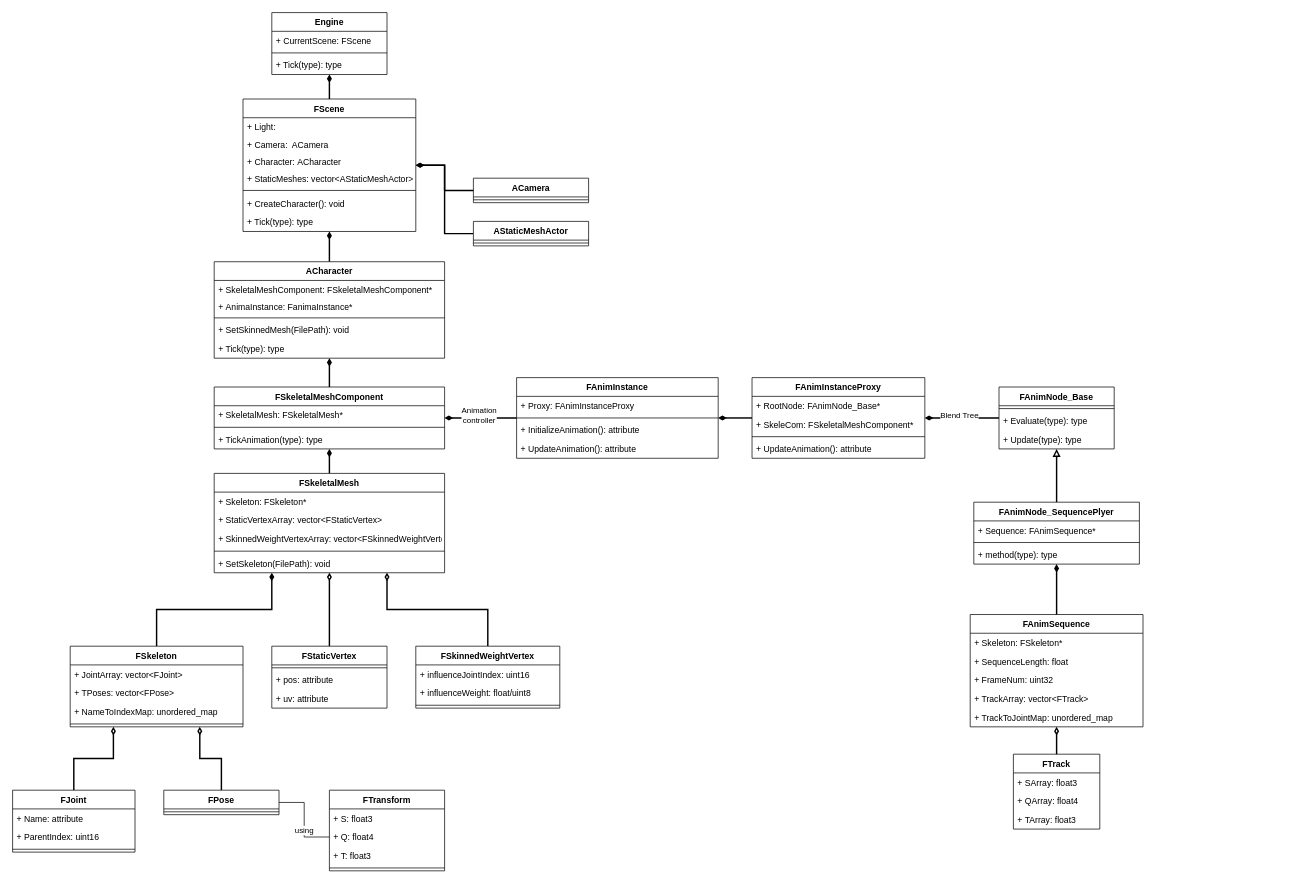
Above: UML_SkeletonMesh.drawio in Mag357num/D3D12DrawMesh (draw.io), before the change. Source tidied: cells renumbered, new cells numbered last; positions are measured from the earlier drawing's top-left corner, leaving out a move shared by most shapes. Both pictures are drawn from the tidied source at 72%, with x=0, y=0 at pixel (12, 12).
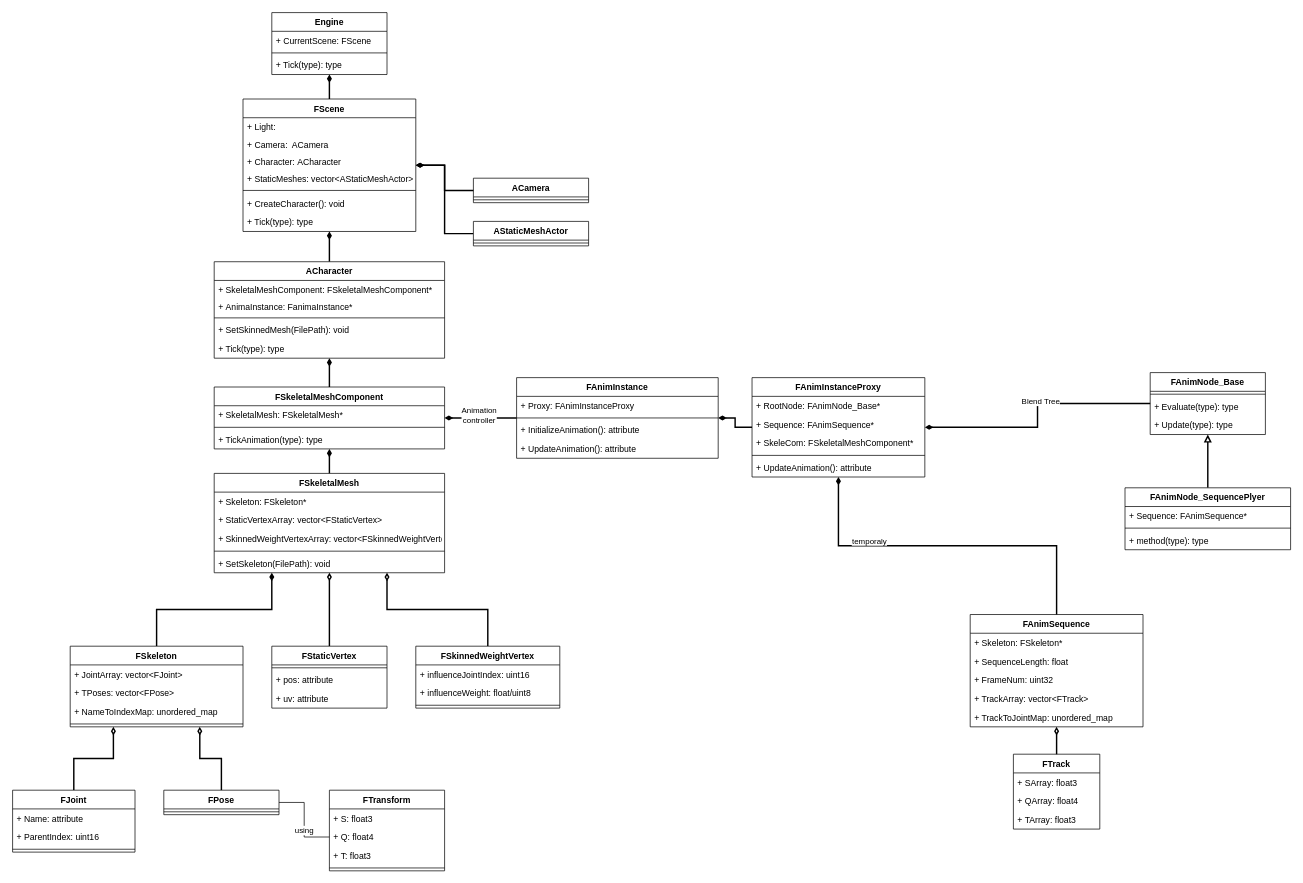
The same diagram, later.

Unchanged cells that the change refers to:
```xml
<mxCell id="36" value="FAnimSequence" style="swimlane;fontStyle=1;horizontal=1;startSize=26;fillColor=none;" parent="1" vertex="1">
  <mxGeometry x="1330" y="836" width="240" height="156" as="geometry" />
</mxCell>
```

Change to the diagram source:
```diff
@@
+    <mxCell id="107" style="edgeStyle=orthogonalEdgeStyle;rounded=0;jettySize=auto;html=1;exitX=0.5;exitY=0;exitDx=0;exitDy=0;startArrow=none;startFill=0;endArrow=diamondThin;endFill=1;strokeWidth=2;" parent="1" edge="1" source="36" target="90">
+      <mxGeometry relative="1" as="geometry" />
+    </mxCell>
+    <mxCell id="108" value="temporaly" style="edgeLabel;html=1;align=center;verticalAlign=middle;" parent="107" vertex="1">
+      <mxGeometry x="0.26" y="-2" relative="1" as="geometry">
+        <mxPoint x="-44.9" y="-5.5" as="offset" />
+      </mxGeometry>
+    </mxCell>
@@
     <mxCell id="90" value="FAnimInstanceProxy" style="swimlane;fontStyle=1;align=center;verticalAlign=top;horizontal=1;startSize=26;" parent="1" vertex="1">
-      <mxGeometry x="1027" y="507" width="240" height="112" as="geometry" />
+      <mxGeometry x="1027" y="507" width="240" height="138" as="geometry" />
     </mxCell>
@@
+    <mxCell id="109" value="+ Sequence: FAnimSequence*" style="text;strokeColor=none;fillColor=none;align=left;verticalAlign=top;spacingLeft=4;spacingRight=4;overflow=hidden;" parent="90" vertex="1">
+      <mxGeometry y="52" width="240" height="26" as="geometry" />
+    </mxCell>
     <mxCell id="92" value="+ SkeleCom: FSkeletalMeshComponent*" style="text;strokeColor=none;fillColor=none;align=left;verticalAlign=top;spacingLeft=4;spacingRight=4;overflow=hidden;" parent="90" vertex="1">
-      <mxGeometry y="52" width="240" height="26" as="geometry" />
+      <mxGeometry y="78" width="240" height="26" as="geometry" />
     </mxCell>
     <mxCell id="93" style="line;strokeWidth=1;fillColor=none;align=left;verticalAlign=middle;spacingTop=-1;spacingLeft=3;spacingRight=3;labelPosition=right;" parent="90" vertex="1">
-      <mxGeometry y="78" width="240" height="8" as="geometry" />
+      <mxGeometry y="104" width="240" height="8" as="geometry" />
     </mxCell>
     <mxCell id="94" value="+ UpdateAnimation(): attribute" style="text;strokeColor=none;fillColor=none;align=left;verticalAlign=top;spacingLeft=4;spacingRight=4;overflow=hidden;" parent="90" vertex="1">
-      <mxGeometry y="86" width="240" height="26" as="geometry" />
+      <mxGeometry y="112" width="240" height="26" as="geometry" />
     </mxCell>
@@
-    <mxCell id="96" style="edgeStyle=orthogonalEdgeStyle;rounded=0;jettySize=auto;html=1;startArrow=diamondThin;startFill=1;endArrow=none;endFill=0;strokeWidth=2;" parent="1" edge="1" source="97" target="36">
-      <mxGeometry relative="1" as="geometry" />
-    </mxCell>
     <mxCell id="97" value="FAnimNode_SequencePlyer" style="swimlane;fontStyle=1;align=center;verticalAlign=top;horizontal=1;startSize=26;" parent="1" vertex="1">
-      <mxGeometry x="1335" y="680" width="230" height="86" as="geometry" />
+      <mxGeometry x="1545" y="660" width="230" height="86" as="geometry" />
     </mxCell>
@@
     <mxCell id="103" value="FAnimNode_Base" style="swimlane;fontStyle=1;align=center;verticalAlign=top;horizontal=1;startSize=26;" parent="1" vertex="1">
-      <mxGeometry x="1370" y="520" width="160" height="86" as="geometry" />
+      <mxGeometry x="1580" y="500" width="160" height="86" as="geometry" />
     </mxCell>
```
